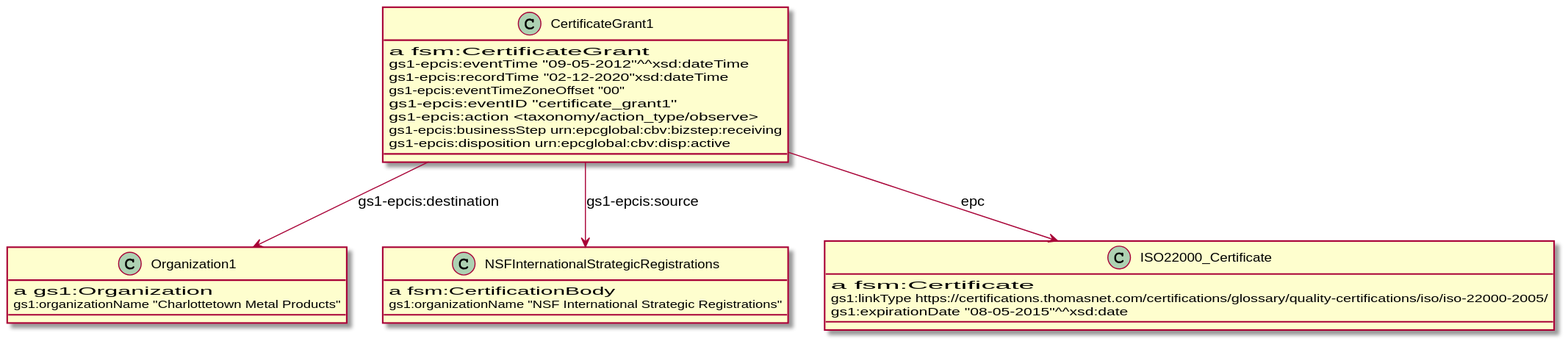
Above: certificate-example.svg in OriginTrail/epcis-erm (PlantUML), before the change.
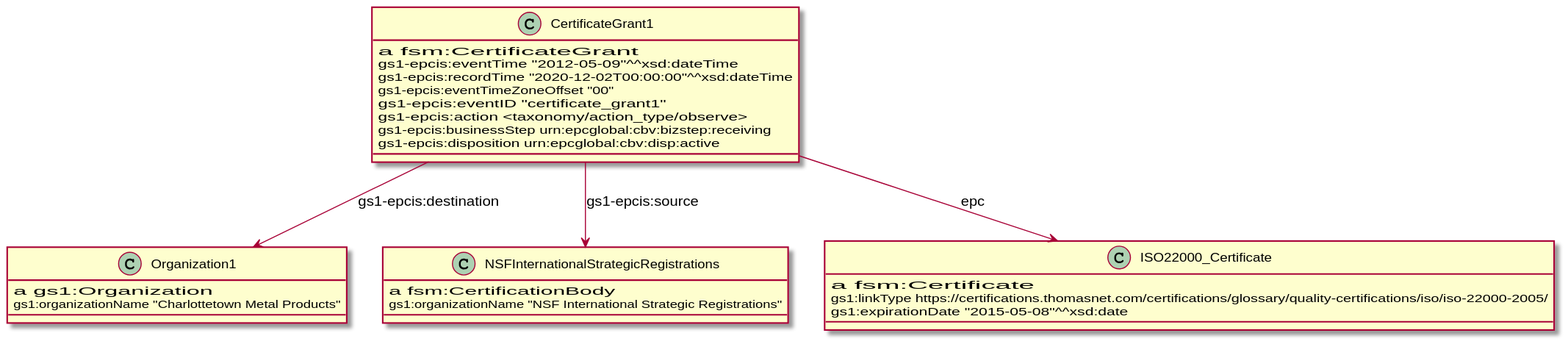
The same file after the commit.

Change to the diagram source:
```diff
@@ -1,8 +1,8 @@
 @startuml
 class CertificateGrant1 {
     a                                 fsm:CertificateGrant
-    gs1-epcis:eventTime               "09-05-2012"^^xsd:dateTime
-    gs1-epcis:recordTime              "02-12-2020"xsd:dateTime
+    gs1-epcis:eventTime               "2012-05-09"^^xsd:dateTime
+    gs1-epcis:recordTime              "2020-12-02T00:00:00"^^xsd:dateTime
     gs1-epcis:eventTimeZoneOffset     "00"
     gs1-epcis:eventID                 "certificate_grant1"
     gs1-epcis:action                  <taxonomy/action_type/observe>
@@ -24,7 +24,7 @@
 class ISO22000_Certificate {
     a                           fsm:Certificate
     gs1:linkType                https://certifications.thomasnet.com/certifications/glossary/quality-certifications/iso/iso-22000-2005/
-    gs1:expirationDate          "08-05-2015"^^xsd:date
+    gs1:expirationDate          "2015-05-08"^^xsd:date
 }
 
 CertificateGrant1 --> Organization1 : gs1-epcis:destination
```
